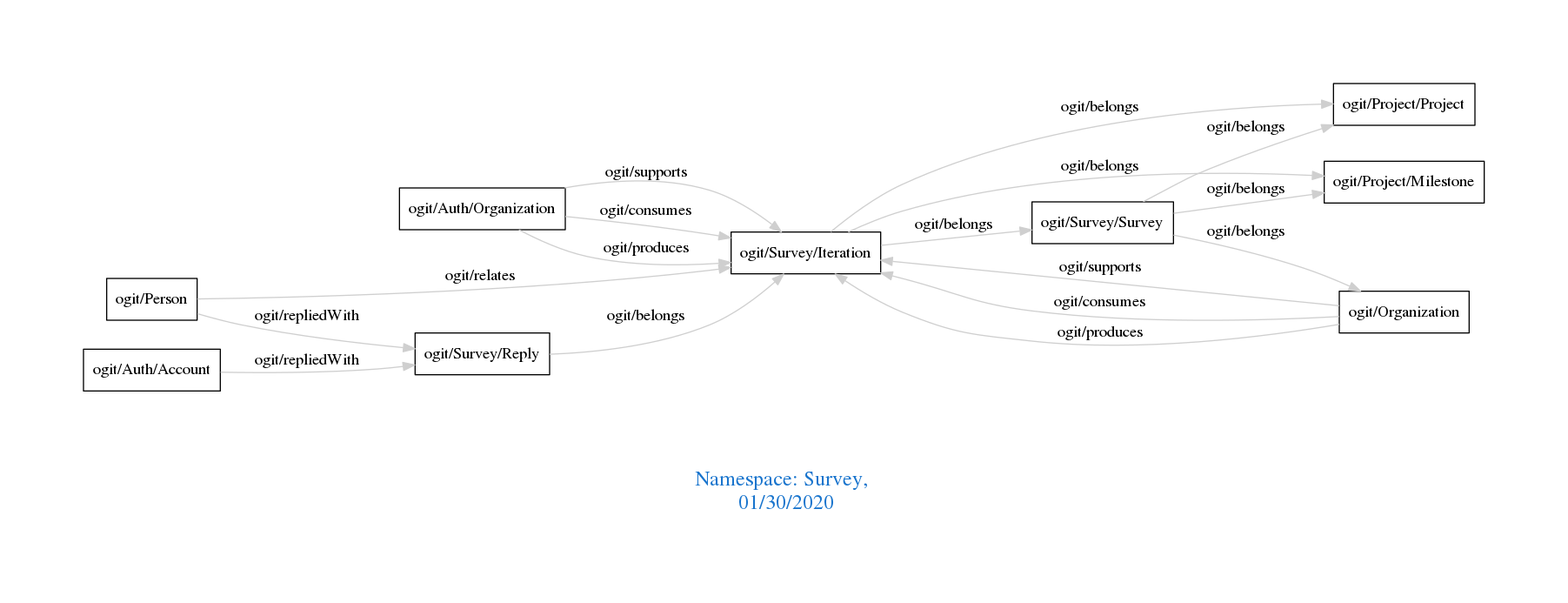
Above: downloads/Survey.png in arago/OGIT (Graphviz), before the change. Its source is kept beside it as downloads/Survey.dot.
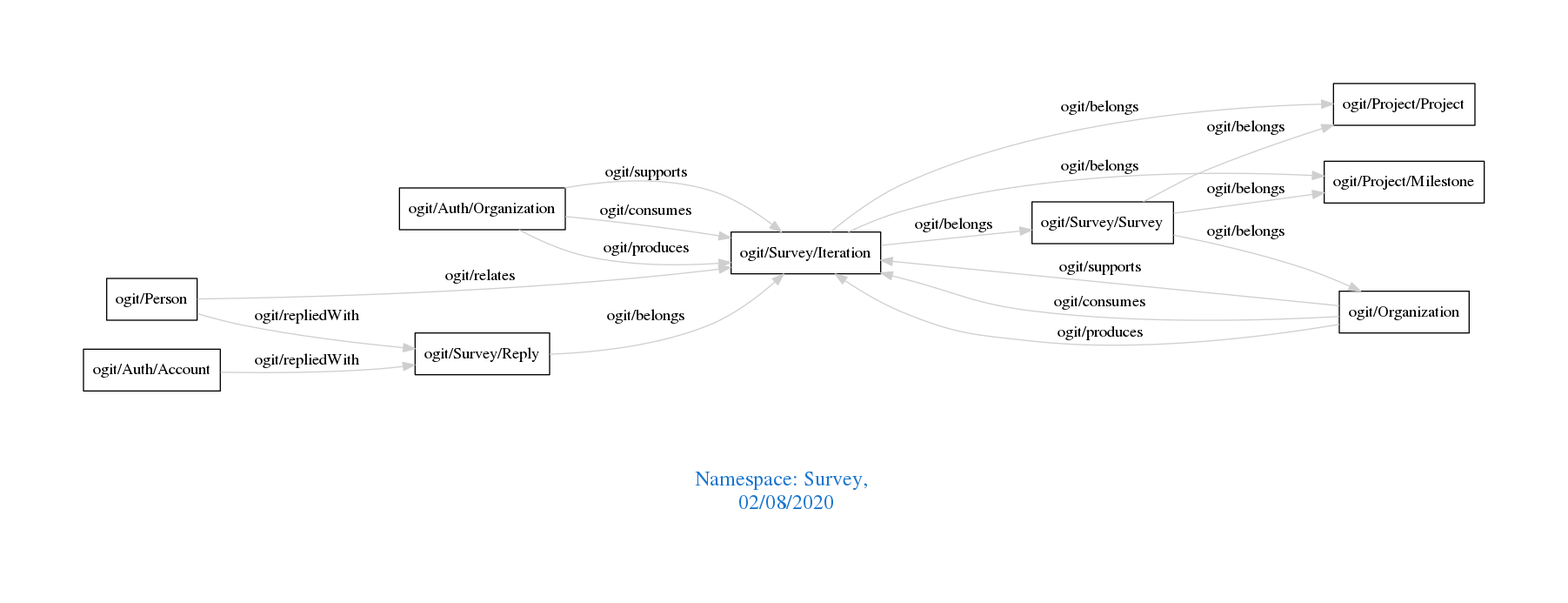
Later version of the same file.

Change to the diagram source:
```diff
@@ -1,7 +1,7 @@
 digraph OGIT_ontology {
  graph [ rankdir= LR,pad=1
 fontsize = 18,
-fontcolor= dodgerblue3,label = "\n\n\nNamespace: Survey, \n 01/30/2020"];
+fontcolor= dodgerblue3,label = "\n\n\nNamespace: Survey, \n 02/08/2020"];
 node[shape=polygon];
 edge [  color="gray81"];
 
```
